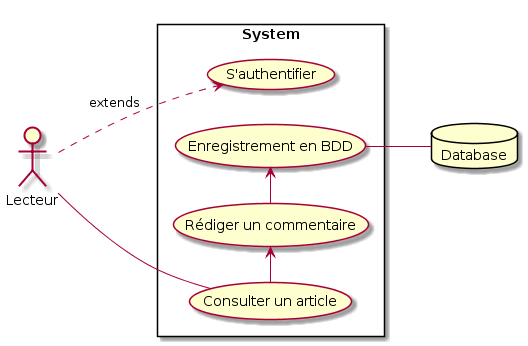
thomas75019/blog-p5 keeps this PlantUML diagram as Diagrammes/UseCaseAjoutCommentaire.png. Above is the earlier version.
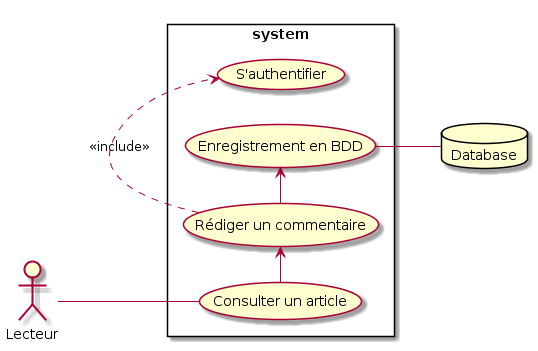
Above is the later version.

Change to the diagram source:
```diff
@@ -3,10 +3,10 @@
 skinparam packageStyle rectangle
 actor Lecteur
 database Database
-rectangle System {
-Lecteur .> (S'authentifier) : extends
-Lecteur -- (Consulter un article)
+rectangle system {
+  Lecteur -- (Consulter un article)
 (Consulter un article) -> (Rédiger un commentaire)
+(Rédiger un commentaire) .> (S'authentifier) : <<include>>
 (Rédiger un commentaire) -> (Enregistrement en BDD)
 (Enregistrement en BDD) -- Database
 }
```
